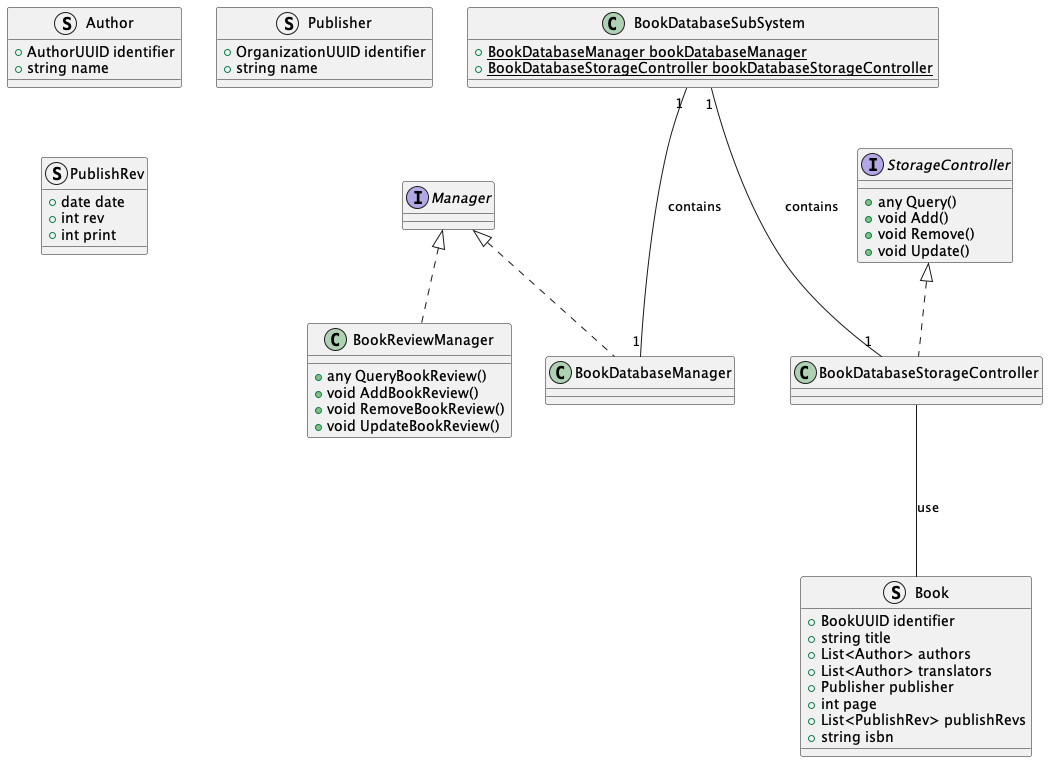
Before: rendered/BookDatabase.png, a diagram exported from PlantUML (ShapeLayer/se-lecture-task__project-structure-definitions). Source of this version:
```plantuml
@startuml
Interface Manager
Interface StorageController {
    + any Query()
    + void Add()
    + void Remove()
    + void Update()
}

class BookReviewManager implements Manager {
    + any QueryBookReview()
    + void AddBookReview()
    + void RemoveBookReview()
    + void UpdateBookReview()
}

struct Author {
    + AuthorUUID identifier
    + string name
}

struct Publisher {
    + OrganizationUUID identifier
    + string name
}

struct PublishRev {
    + date date
    + int rev
    + int print
}

struct Book {
    + BookUUID identifier
    + string title
    + List<Author> authors
    + List<Author> translators
    + Publisher publisher
    + int page
    + List<PublishRev> publishRevs
    + string isbn
}


class BookDatabaseManager implements Manager {}

class BookDatabaseStorageController implements StorageController {}
BookDatabaseStorageController --- Book : use

class BookDatabaseSubSystem {
    + {static} BookDatabaseManager bookDatabaseManager
    + {static} BookDatabaseStorageController bookDatabaseStorageController
}

BookDatabaseSubSystem "1" --- "1" BookDatabaseManager : contains
BookDatabaseSubSystem "1" --- "1" BookDatabaseStorageController : contains

@enduml
```
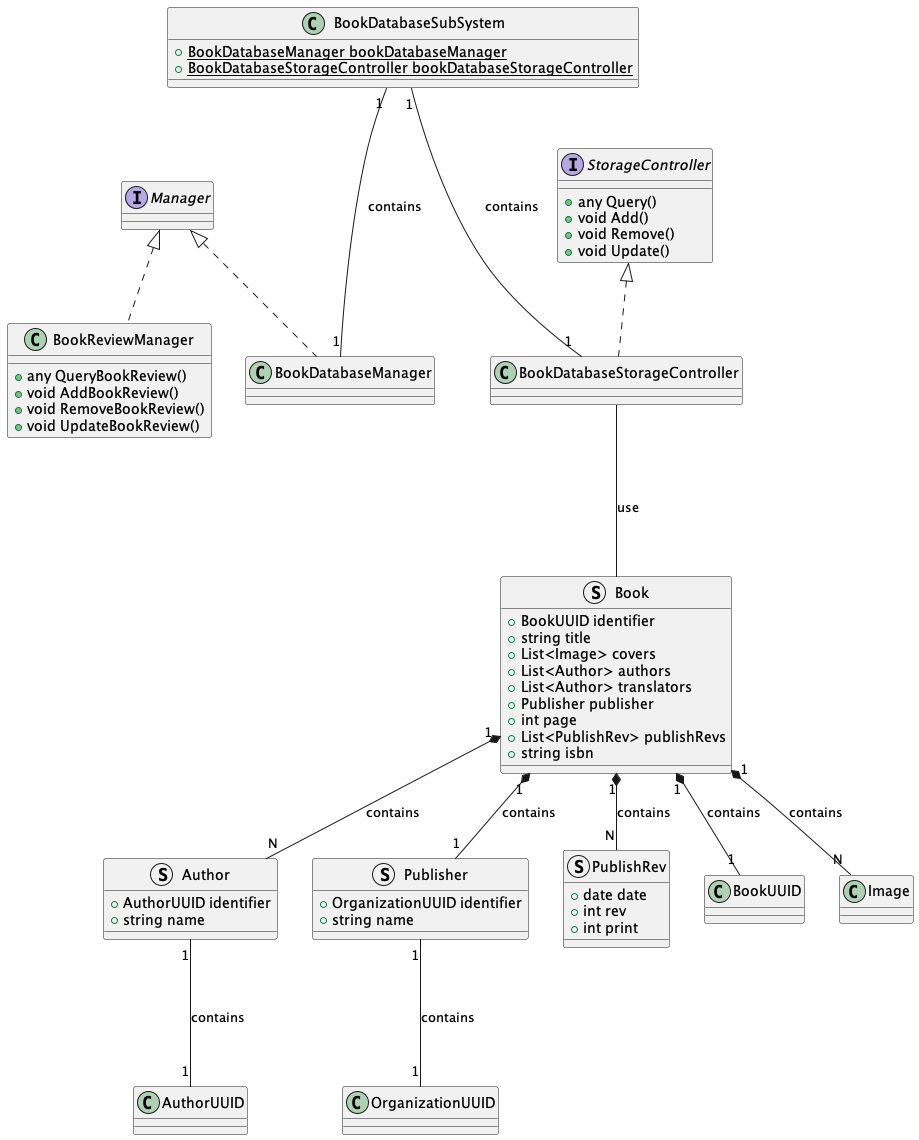
Later version of the same file.

The edit, as a diff of the source:
```diff
@@ -18,11 +18,13 @@
     + AuthorUUID identifier
     + string name
 }
+Author "1" --- "1" AuthorUUID : contains
 
 struct Publisher {
     + OrganizationUUID identifier
     + string name
 }
+Publisher "1" --- "1" OrganizationUUID : contains
 
 struct PublishRev {
     + date date
@@ -33,6 +35,7 @@
 struct Book {
     + BookUUID identifier
     + string title
+    + List<Image> covers
     + List<Author> authors
     + List<Author> translators
     + Publisher publisher
@@ -40,6 +43,11 @@
     + List<PublishRev> publishRevs
     + string isbn
 }
+Book "1" *-- "1" BookUUID : contains
+Book "1" *-- "N" Image : contains
+Book "1" *-- "N" Author : contains
+Book "1" *-- "1" Publisher : contains
+Book "1" *-- "N" PublishRev : contains
 
 
 class BookDatabaseManager implements Manager {}
```
